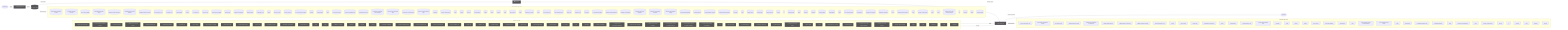
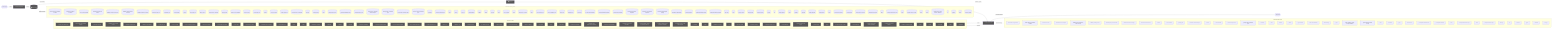
flowchart LR
  UserQ(["👤 User Query"])
  Embed["📐 Embedding Model"]
  VecDB[("📚 Vector Store")]
  Retriever["🔍 Retriever"]
  LLMNode["🧠 LLM / Generator"]
  Output(["✅ Response"])
  UserQ -->|query| Embed
  Embed -->|vector| VecDB
  VecDB -->|top-k chunks| Retriever
  Retriever -->|context + query| LLMNode
  LLMNode -->|generated answer| Output
  subgraph DetectedMemory["Detected memory stores"]
    det_detectedmemory_check_steering_feedback_contract_80134459[("check-steering-feedback-contract")]
    det_detectedmemory_normalize_workflow_contracts_8701f1c8[("normalize-workflow-contracts")]
    det_detectedmemory_sync_codex_preflight_7e7a8dc2[("sync-codex-preflight")]
    det_detectedmemory_test_harness_upgrade_matrix_84113c4e[("test-harness-upgrade-matrix")]
    det_detectedmemory_validate_prompt_context_drift_8c949ef6[("validate-prompt-context-drift")]
    det_detectedmemory_validate_runtime_packet_schemas_bc3ba8ec[("validate-runtime-packet-schemas")]
    det_detectedmemory_validate_workflow_contracts_33dc063c[("validate-workflow-contracts")]
    det_detectedmemory_branch_protect_core_a8feb0fd[("branch-protect-core")]
    det_detectedmemory_ci_migrate_core_7005b5af[("ci-migrate-core")]
    det_detectedmemory_context_health_80bb7da9[("context-health")]
    det_detectedmemory_context_ea7792a2[("context")]
    det_detectedmemory_docs_gate_core_eb9b6c18[("docs-gate-core")]
    det_detectedmemory_index_context_de3ed39d[("index-context")]
    det_detectedmemory_local_memory_preflight_dcc36c42[("local-memory-preflight")]
    det_detectedmemory_memory_gate_a577a506[("memory-gate")]
    det_detectedmemory_pattern_scope_siblings_43abe000[("pattern-scope-siblings")]
    det_detectedmemory_review_context_ca6cf81d[("review-context")]
    det_detectedmemory_review_gate_core_4c8001f9[("review-gate-core")]
    det_detectedmemory_search_24193290[("search")]
    det_detectedmemory_session_context_e5ec72c0[("session-context")]
    det_detectedmemory_tooling_audit_core_328d6a41[("tooling-audit-core")]
    det_detectedmemory_run_local_memory_preflight_36e92808[("run-local-memory-preflight")]
    det_detectedmemory_checker_d2d2328e[("checker")]
    det_detectedmemory_context_health_1_ceb11829[("context-health")]
    det_detectedmemory_types_2_d9bc6e7a[("types")]
    det_detectedmemory_branch_protect_sync_570adb18[("branch-protect-sync")]
    det_detectedmemory_command_capability_rules_ca3f496a[("command-capability-rules")]
    det_detectedmemory_command_specs_core_1c0ffc99[("command-specs-core")]
    det_detectedmemory_local_memory_preflight_command_spec_9e23f3ce[("local-memory-preflight-command-spec")]
    det_detectedmemory_memory_gate_command_spec_dc9001a9[("memory-gate-command-spec")]
    det_detectedmemory_review_gate_command_spec_3187376a[("review-gate-command-spec")]
    det_detectedmemory_session_context_command_spec_973afbb1[("session-context-command-spec")]
    det_detectedmemory_constants_7517017f[("constants")]
    det_detectedmemory_context_compact_policy_3dcaf95d[("context-compact-policy")]
    det_detectedmemory_index_2_10143590[("index")]
    det_detectedmemory_indexer_70fa78e5[("indexer")]
    det_detectedmemory_init_error_5c7dd49f[("init-error")]
    det_detectedmemory_lexical_fallback_723e2b3e[("lexical-fallback")]
    det_detectedmemory_ollama_76e3c7bf[("ollama")]
    det_detectedmemory_rollout_a4fa034c[("rollout")]
    det_detectedmemory_sources_878a52fc[("sources")]
    det_detectedmemory_store_824d80d7[("store")]
    det_detectedmemory_sync_contract_c79fa191[("sync-contract")]
    det_detectedmemory_types_7_2f1ed65e[("types")]
    det_detectedmemory_harness_run_context_ac7c77a9[("harness-run-context")]
    det_detectedmemory_index_3_7e40d474[("index")]
    det_detectedmemory_json_schema_core_96d7e328[("json-schema-core")]
    det_detectedmemory_policy_validators_core_714a3fe7[("policy-validators-core")]
    det_detectedmemory_types_core_e405ddca[("types-core")]
    det_detectedmemory_validator_core_4358f8ba[("validator-core")]
    det_detectedmemory_init_modes_c05ceb07[("init-modes")]
    det_detectedmemory_project_brain_templates_7ef51530[("project-brain-templates")]
    det_detectedmemory_scaffold_diagram_templates_dd88e83c[("scaffold-diagram-templates")]
    det_detectedmemory_scaffold_doc_templates_f6152330[("scaffold-doc-templates")]
    det_detectedmemory_scaffold_environment_templates_c1ceba6a[("scaffold-environment-templates")]
    det_detectedmemory_scaffold_root_command_templates_404fed7f[("scaffold-root-command-templates")]
    det_detectedmemory_scaffold_script_template_registry_69312d4e[("scaffold-script-template-registry")]
    det_detectedmemory_scaffold_shell_templates_0ad0f915[("scaffold-shell-templates")]
    det_detectedmemory_scaffold_surfaces_12d6494e[("scaffold-surfaces")]
    det_detectedmemory_scaffold_template_registry_b1cce2aa[("scaffold-template-registry")]
    det_detectedmemory_scaffold_workflow_template_92310587[("scaffold-workflow-template")]
    det_detectedmemory_eval_seed_5699fd3e[("eval-seed")]
-     det_detectedmemory_index_8_6f0f20ec[("index")]
+     det_detectedmemory_index_9_32dd4d91[("index")]
    det_detectedmemory_review_context_1_e3afed15[("review-context")]
    det_detectedmemory_memory_gate_1_265164ac[("memory-gate")]
    det_detectedmemory_branch_enforcer_acb749cd[("branch-enforcer")]
    det_detectedmemory_cli_args_5_09ea29f0[("cli-args")]
    det_detectedmemory_cli_6_eac72be2[("cli")]
    det_detectedmemory_metrics_tracker_98cec29c[("metrics-tracker")]
-     det_detectedmemory_types_17_ed30531c[("types")]
+     det_detectedmemory_types_18_37582e2a[("types")]
    det_detectedmemory_validator_4_5180cf23[("validator")]
    det_detectedmemory_classifier_fe1991a9[("classifier")]
    det_detectedmemory_tooling_baseline_50ab2eeb[("tooling-baseline")]
    det_detectedmemory_claim_helpers_20dc8387[("claim-helpers")]
-     det_detectedmemory_types_22_f3cf4a73[("types")]
+     det_detectedmemory_types_23_4352ee2e[("types")]
    det_detectedmemory_local_memory_smoke_1175abfc[("local-memory-smoke")]
    det_detectedmemory_local_memory_0db17ecc[("local-memory")]
    det_detectedmemory_performance_overload_c685bfcf[("performance-overload")]
    det_detectedmemory_suggestion_generator_0956f794[("suggestion-generator")]
-     det_detectedmemory_index_10_f6785a46[("index")]
+     det_detectedmemory_index_11_ffcd5842[("index")]
    det_detectedmemory_prompt_context_drift_report_3257a95c[("prompt-context-drift-report")]
-     det_detectedmemory_index_11_ffcd5842[("index")]
+     det_detectedmemory_index_12_762ec91b[("index")]
    det_detectedmemory_prompt_context_receipt_17b862b2[("prompt-context-receipt")]
-     det_detectedmemory_types_29_929d5a70[("types")]
+     det_detectedmemory_types_30_424b976c[("types")]
    det_detectedmemory_policy_1_fc4198db[("policy")]
    det_detectedmemory_runtime_card_codex_runtime_validation_d8ce9934[("runtime-card-codex-runtime-validation")]
    det_detectedmemory_cli_11_338a8415[("cli")]
    det_detectedmemory_collector_0736fd5b[("collector")]
-     det_detectedmemory_types_32_bfe791ff[("types")]
+     det_detectedmemory_types_33_16e22a82[("types")]
    det_detectedmemory_overload_guard_2748c559[("overload-guard")]
  end
  VecDB -. "implemented by" .-> DetectedMemory
  subgraph DetectedLLM["Detected LLM clients"]
    det_detectedllm_check_codex_agent_roles_5bb2e89b["check-codex-agent-roles"]
    det_detectedllm_check_steering_feedback_contract_80134459["check-steering-feedback-contract"]
    det_detectedllm_run_harness_evals_77704768["run-harness-evals"]
    det_detectedllm_validate_decision_request_2e5c325e["validate-decision-request"]
    det_detectedllm_validate_goal_completion_audit_receipt_100d252c["validate-goal-completion-audit-receipt"]
    det_detectedllm_validate_packaged_skill_5e32c890["validate-packaged-skill"]
    det_detectedllm_validate_prompt_context_drift_8c949ef6["validate-prompt-context-drift"]
    det_detectedllm_validate_reviewer_coverage_251efee3["validate-reviewer-coverage"]
    det_detectedllm_check_environment_core_2c16213f["check-environment-core"]
    det_detectedllm_context_ea7792a2["context"]
    det_detectedllm_index_context_de3ed39d["index-context"]
    det_detectedllm_prompt_gate_c5e9d207["prompt-gate"]
    det_detectedllm_remediate_runner_helpers_929fedcc["remediate-runner-helpers"]
    det_detectedllm_search_24193290["search"]
    det_detectedllm_context_health_1_ceb11829["context-health"]
    det_detectedllm_command_specs_core_1c0ffc99["command-specs-core"]
    det_detectedllm_prompt_gate_command_spec_9a941482["prompt-gate-command-spec"]
    det_detectedllm_constants_7517017f["constants"]
    det_detectedllm_index_2_10143590["index"]
    det_detectedllm_indexer_70fa78e5["indexer"]
    det_detectedllm_ollama_76e3c7bf["ollama"]
    det_detectedllm_sync_contract_c79fa191["sync-contract"]
    det_detectedllm_north_star_validators_cfc926ce["north-star-validators"]
    det_detectedllm_hilt_boundary_9b36fb15["hilt-boundary"]
    det_detectedllm_types_9_1db4641f["types"]
    det_detectedllm_goal_completion_audit_receipt_validation_9d0f4891["goal-completion-audit-receipt-validation"]
    det_detectedllm_goal_completion_audit_receipt_5e4939c3["goal-completion-audit-receipt"]
    det_detectedllm_index_4_013aa0e3["index"]
+     det_detectedllm_constants_1_a84e15f0["constants"]
+     det_detectedllm_types_16_0fae1112["types"]
    det_detectedllm_sensitive_text_7c11f760["sensitive-text"]
    det_detectedllm_pr_template_validator_rules_20a32d6b["pr-template-validator-rules"]
    det_detectedllm_pr_template_validator_f1a53aee["pr-template-validator"]
-     det_detectedllm_index_10_f6785a46["index"]
+     det_detectedllm_index_11_ffcd5842["index"]
    det_detectedllm_prompt_context_drift_report_3257a95c["prompt-context-drift-report"]
-     det_detectedllm_index_11_ffcd5842["index"]
+     det_detectedllm_index_12_762ec91b["index"]
    det_detectedllm_prompt_context_receipt_17b862b2["prompt-context-receipt"]
    det_detectedllm_cli_args_9_9c136878["cli-args"]
    det_detectedllm_cli_10_35dc8cbd["cli"]
    det_detectedllm_sections_4697ef32["sections"]
-     det_detectedllm_types_25_89d086aa["types"]
+     det_detectedllm_types_26_a5814179["types"]
    det_detectedllm_validator_6_3688adbf["validator"]
    det_detectedllm_cli_args_10_861cdd3f["cli-args"]
  end
  LLMNode -. "implemented by" .-> DetectedLLM
  subgraph DetectedTools["Agentic tool calls"]
    det_detectedtools_check_codex_agent_roles_5bb2e89b["🔧 check-codex-agent-roles"]
    det_detectedtools_check_steering_feedback_contract_80134459["🔧 check-steering-feedback-contract"]
    det_detectedtools_run_harness_evals_77704768["🔧 run-harness-evals"]
    det_detectedtools_validate_action_review_receipt_fa2f06c3["🔧 validate-action-review-receipt"]
    det_detectedtools_validate_packaged_skill_5e32c890["🔧 validate-packaged-skill"]
    det_detectedtools_validate_replay_packet_f309747e["🔧 validate-replay-packet"]
    det_detectedtools_ci_migrate_core_7005b5af["🔧 ci-migrate-core"]
    det_detectedtools_doctor_checks_5a2eb2b9["🔧 doctor-checks"]
    det_detectedtools_doctor_github_tool_checks_a53b0382["🔧 doctor-github-tool-checks"]
    det_detectedtools_doctor_tool_checks_4acac51a["🔧 doctor-tool-checks"]
    det_detectedtools_next_blocked_decisions_4140ad2b["🔧 next-blocked-decisions"]
    det_detectedtools_policy_gate_213f7313["🔧 policy-gate"]
    det_detectedtools_remediate_cli_output_cc165396["🔧 remediate-cli-output"]
    det_detectedtools_remediate_runner_helpers_929fedcc["🔧 remediate-runner-helpers"]
    det_detectedtools_review_gate_core_4c8001f9["🔧 review-gate-core"]
    det_detectedtools_index_1bc04b52["🔧 index"]
    det_detectedtools_types_1_4ecdf56e["🔧 types"]
    det_detectedtools_validation_constants_e002a0f6["🔧 validation-constants"]
    det_detectedtools_validation_98c41dcd["🔧 validation"]
    det_detectedtools_checker_d2d2328e["🔧 checker"]
    det_detectedtools_cli_args_1_6144b055["🔧 cli-args"]
    det_detectedtools_command_capabilities_a4d5c71e["🔧 command-capabilities"]
    det_detectedtools_command_capability_rules_ca3f496a["🔧 command-capability-rules"]
    det_detectedtools_linear_command_actions_e430f4f4["🔧 linear-command-actions"]
    det_detectedtools_linear_command_runner_4a740dfc["🔧 linear-command-runner"]
    det_detectedtools_policy_validators_core_714a3fe7["🔧 policy-validators-core"]
    det_detectedtools_types_core_e405ddca["🔧 types-core"]
    det_detectedtools_validator_core_4358f8ba["🔧 validator-core"]
    det_detectedtools_validator_helpers_7b927667["🔧 validator-helpers"]
    det_detectedtools_he_phase_exit_core_1148895b["🔧 he-phase-exit-core"]
    det_detectedtools_ralph_runtime_73d63c0e["🔧 ralph-runtime"]
    det_detectedtools_observed_skill_usage_ed7d5930["🔧 observed-skill-usage"]
    det_detectedtools_closure_evidence_aaa31467["🔧 closure-evidence"]
    det_detectedtools_pr_creator_dc6b1ea4["🔧 pr-creator"]
    det_detectedtools_client_948fe603["🔧 client"]
    det_detectedtools_init_output_360dce91["🔧 init-output"]
    det_detectedtools_scaffold_ci_templates_2afd6392["🔧 scaffold-ci-templates"]
    det_detectedtools_scaffold_codex_environment_templates_334fbbed["🔧 scaffold-codex-environment-templates"]
    det_detectedtools_scaffold_config_templates_4b80ce53["🔧 scaffold-config-templates"]
    det_detectedtools_scaffold_environment_templates_c1ceba6a["🔧 scaffold-environment-templates"]
    det_detectedtools_scaffold_github_actions_pr_pipeline_renderer_1ee18de5["🔧 scaffold-github-actions-pr-pipeline-renderer"]
    det_detectedtools_scaffold_github_actions_pr_pipeline_template_e2b85f62["🔧 scaffold-github-actions-pr-pipeline-template"]
    det_detectedtools_scaffold_release_private_npm_template_075499f8["🔧 scaffold-release-private-npm-template"]
+     det_detectedtools_constants_1_a84e15f0["🔧 constants"]
+     det_detectedtools_index_8_6f0f20ec["🔧 index"]
+     det_detectedtools_validation_common_6161e48b["🔧 validation-common"]
    det_detectedtools_cli_6_eac72be2["🔧 cli"]
    det_detectedtools_metrics_tracker_98cec29c["🔧 metrics-tracker"]
    det_detectedtools_normalise_renderer_85f2e563["🔧 normalise-renderer"]
    det_detectedtools_evaluation_engine_core_e054fe49["🔧 evaluation-engine-core"]
    det_detectedtools_tooling_baseline_50ab2eeb["🔧 tooling-baseline"]
    det_detectedtools_prompt_context_drift_report_3257a95c["🔧 prompt-context-drift-report"]
    det_detectedtools_replay_packet_a1293f88["🔧 replay-packet"]
-     det_detectedtools_index_12_762ec91b["🔧 index"]
+     det_detectedtools_index_13_97df39c8["🔧 index"]
    det_detectedtools_review_lifecycle_contract_e5447221["🔧 review-lifecycle-contract"]
    det_detectedtools_review_lifecycle_89afa64c["🔧 review-lifecycle"]
    det_detectedtools_runtime_card_codex_runtime_validation_d8ce9934["🔧 runtime-card-codex-runtime-validation"]
    det_detectedtools_runtime_card_codex_runtime_0655e230["🔧 runtime-card-codex-runtime"]
    det_detectedtools_runtime_evidence_bundle_d471a232["🔧 runtime-evidence-bundle"]
-     det_detectedtools_types_34_85e6a0bb["🔧 types"]
-     det_detectedtools_index_15_99636ec5["🔧 index"]
+     det_detectedtools_types_35_93e66c64["🔧 types"]
+     det_detectedtools_index_16_373c8a49["🔧 index"]
    det_detectedtools_projection_1b250ea1["🔧 projection"]
-     det_detectedtools_types_36_674380ec["🔧 types"]
-     det_detectedtools_validation_6_097a7ce3["🔧 validation"]
+     det_detectedtools_types_37_32ccf9f9["🔧 types"]
+     det_detectedtools_validation_7_c4e6d8b6["🔧 validation"]
  end
  LLMNode -->|tool use| DetectedTools
  DetectedTools -->|result| LLMNode
  classDef memNode fill:#555,color:#fff
  class VecDB,Retriever memNode
  classDef llmNode fill:#555,color:#fff
  class LLMNode,Embed llmNode
  classDef toolNode fill:#555,color:#fff
-   class det_detectedtools_check_codex_agent_roles_5bb2e89b,det_detectedtools_check_steering_feedback_contract_80134459,det_detectedtools_run_harness_evals_77704768,det_detectedtools_validate_action_review_receipt_fa2f06c3,det_detectedtools_validate_packaged_skill_5e32c890,det_detectedtools_validate_replay_packet_f309747e,det_detectedtools_ci_migrate_core_7005b5af,det_detectedtools_doctor_checks_5a2eb2b9,det_detectedtools_doctor_github_tool_checks_a53b0382,det_detectedtools_doctor_tool_checks_4acac51a,det_detectedtools_next_blocked_decisions_4140ad2b,det_detectedtools_policy_gate_213f7313,det_detectedtools_remediate_cli_output_cc165396,det_detectedtools_remediate_runner_helpers_929fedcc,det_detectedtools_review_gate_core_4c8001f9,det_detectedtools_index_1bc04b52,det_detectedtools_types_1_4ecdf56e,det_detectedtools_validation_constants_e002a0f6,det_detectedtools_validation_98c41dcd,det_detectedtools_checker_d2d2328e,det_detectedtools_cli_args_1_6144b055,det_detectedtools_command_capabilities_a4d5c71e,det_detectedtools_command_capability_rules_ca3f496a,det_detectedtools_linear_command_actions_e430f4f4,det_detectedtools_linear_command_runner_4a740dfc,det_detectedtools_policy_validators_core_714a3fe7,det_detectedtools_types_core_e405ddca,det_detectedtools_validator_core_4358f8ba,det_detectedtools_validator_helpers_7b927667,det_detectedtools_he_phase_exit_core_1148895b,det_detectedtools_ralph_runtime_73d63c0e,det_detectedtools_observed_skill_usage_ed7d5930,det_detectedtools_closure_evidence_aaa31467,det_detectedtools_pr_creator_dc6b1ea4,det_detectedtools_client_948fe603,det_detectedtools_init_output_360dce91,det_detectedtools_scaffold_ci_templates_2afd6392,det_detectedtools_scaffold_codex_environment_templates_334fbbed,det_detectedtools_scaffold_config_templates_4b80ce53,det_detectedtools_scaffold_environment_templates_c1ceba6a,det_detectedtools_scaffold_github_actions_pr_pipeline_renderer_1ee18de5,det_detectedtools_scaffold_github_actions_pr_pipeline_template_e2b85f62,det_detectedtools_scaffold_release_private_npm_template_075499f8,det_detectedtools_cli_6_eac72be2,det_detectedtools_metrics_tracker_98cec29c,det_detectedtools_normalise_renderer_85f2e563,det_detectedtools_evaluation_engine_core_e054fe49,det_detectedtools_tooling_baseline_50ab2eeb,det_detectedtools_prompt_context_drift_report_3257a95c,det_detectedtools_replay_packet_a1293f88,det_detectedtools_index_12_762ec91b,det_detectedtools_review_lifecycle_contract_e5447221,det_detectedtools_review_lifecycle_89afa64c,det_detectedtools_runtime_card_codex_runtime_validation_d8ce9934,det_detectedtools_runtime_card_codex_runtime_0655e230,det_detectedtools_runtime_evidence_bundle_d471a232,det_detectedtools_types_34_85e6a0bb,det_detectedtools_index_15_99636ec5,det_detectedtools_projection_1b250ea1,det_detectedtools_types_36_674380ec,det_detectedtools_validation_6_097a7ce3 toolNode
+   class det_detectedtools_check_codex_agent_roles_5bb2e89b,det_detectedtools_check_steering_feedback_contract_80134459,det_detectedtools_run_harness_evals_77704768,det_detectedtools_validate_action_review_receipt_fa2f06c3,det_detectedtools_validate_packaged_skill_5e32c890,det_detectedtools_validate_replay_packet_f309747e,det_detectedtools_ci_migrate_core_7005b5af,det_detectedtools_doctor_checks_5a2eb2b9,det_detectedtools_doctor_github_tool_checks_a53b0382,det_detectedtools_doctor_tool_checks_4acac51a,det_detectedtools_next_blocked_decisions_4140ad2b,det_detectedtools_policy_gate_213f7313,det_detectedtools_remediate_cli_output_cc165396,det_detectedtools_remediate_runner_helpers_929fedcc,det_detectedtools_review_gate_core_4c8001f9,det_detectedtools_index_1bc04b52,det_detectedtools_types_1_4ecdf56e,det_detectedtools_validation_constants_e002a0f6,det_detectedtools_validation_98c41dcd,det_detectedtools_checker_d2d2328e,det_detectedtools_cli_args_1_6144b055,det_detectedtools_command_capabilities_a4d5c71e,det_detectedtools_command_capability_rules_ca3f496a,det_detectedtools_linear_command_actions_e430f4f4,det_detectedtools_linear_command_runner_4a740dfc,det_detectedtools_policy_validators_core_714a3fe7,det_detectedtools_types_core_e405ddca,det_detectedtools_validator_core_4358f8ba,det_detectedtools_validator_helpers_7b927667,det_detectedtools_he_phase_exit_core_1148895b,det_detectedtools_ralph_runtime_73d63c0e,det_detectedtools_observed_skill_usage_ed7d5930,det_detectedtools_closure_evidence_aaa31467,det_detectedtools_pr_creator_dc6b1ea4,det_detectedtools_client_948fe603,det_detectedtools_init_output_360dce91,det_detectedtools_scaffold_ci_templates_2afd6392,det_detectedtools_scaffold_codex_environment_templates_334fbbed,det_detectedtools_scaffold_config_templates_4b80ce53,det_detectedtools_scaffold_environment_templates_c1ceba6a,det_detectedtools_scaffold_github_actions_pr_pipeline_renderer_1ee18de5,det_detectedtools_scaffold_github_actions_pr_pipeline_template_e2b85f62,det_detectedtools_scaffold_release_private_npm_template_075499f8,det_detectedtools_constants_1_a84e15f0,det_detectedtools_index_8_6f0f20ec,det_detectedtools_validation_common_6161e48b,det_detectedtools_cli_6_eac72be2,det_detectedtools_metrics_tracker_98cec29c,det_detectedtools_normalise_renderer_85f2e563,det_detectedtools_evaluation_engine_core_e054fe49,det_detectedtools_tooling_baseline_50ab2eeb,det_detectedtools_prompt_context_drift_report_3257a95c,det_detectedtools_replay_packet_a1293f88,det_detectedtools_index_13_97df39c8,det_detectedtools_review_lifecycle_contract_e5447221,det_detectedtools_review_lifecycle_89afa64c,det_detectedtools_runtime_card_codex_runtime_validation_d8ce9934,det_detectedtools_runtime_card_codex_runtime_0655e230,det_detectedtools_runtime_evidence_bundle_d471a232,det_detectedtools_types_35_93e66c64,det_detectedtools_index_16_373c8a49,det_detectedtools_projection_1b250ea1,det_detectedtools_types_37_32ccf9f9,det_detectedtools_validation_7_c4e6d8b6 toolNode
